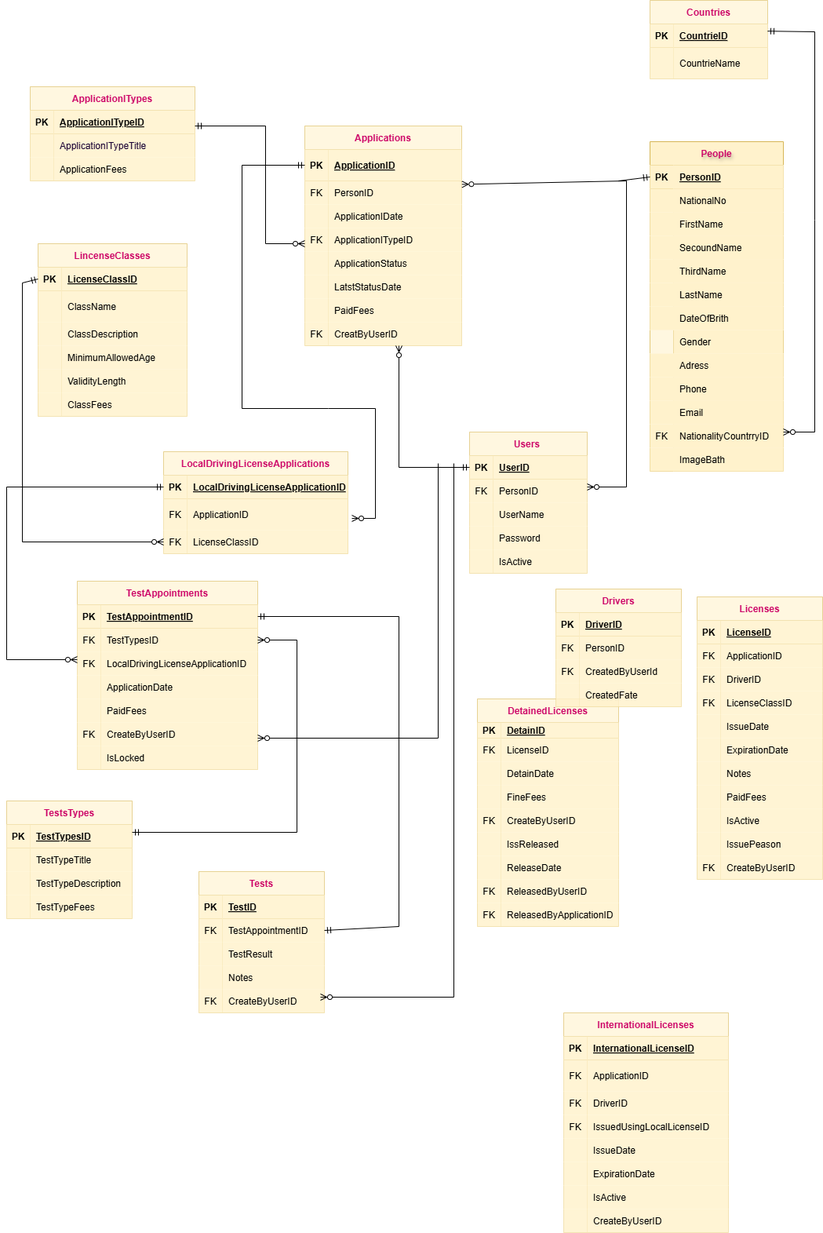
azizadiab/Driving-License-Department keeps this draw.io diagram as Untitled Diagram.drawio.png. Above is the earlier version. Source tidied: cells renumbered, new cells last; positions are measured from the earlier drawing's top-left corner, leaving out a move shared by most shapes.
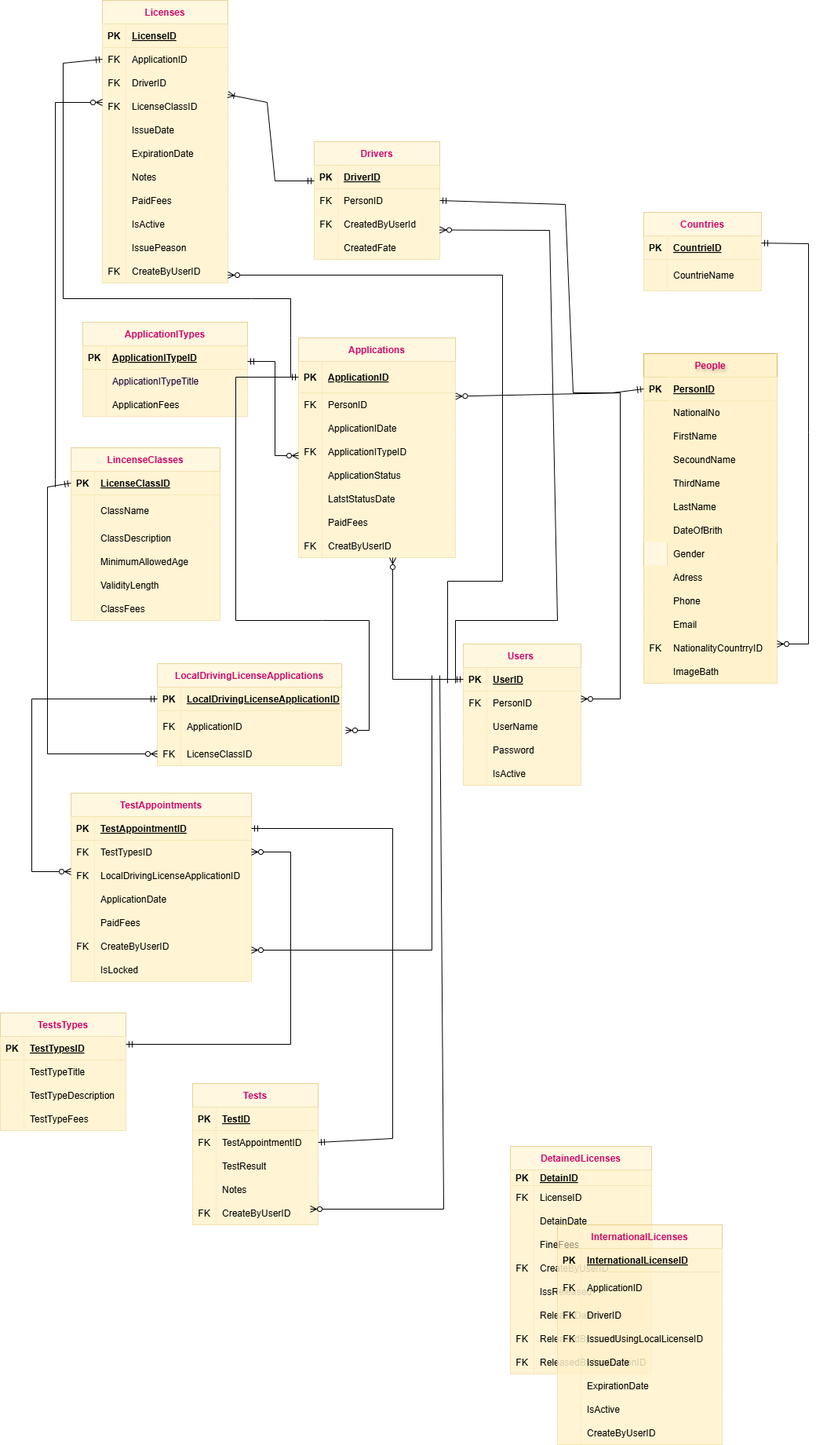
After the change.

Change to the diagram source:
```diff
@@ -246,7 +246,7 @@
       <mxGeometry x="30" width="120" height="30" as="geometry" />
     </mxCell>
     <mxCell id="83" value="ApplicationITypes" style="shape=table;startSize=30;rowLines=0;fontStyle=1;align=center;opacity=60;fillColor=#fff2cc;strokeColor=#d6b656;fontColor=#CC0066;" parent="1" vertex="1">
-      <mxGeometry x="30" y="110" width="210" height="120" as="geometry" />
+      <mxGeometry x="105" y="140" width="210" height="120" as="geometry" />
     </mxCell>
     <mxCell id="84" style="shape=partialRectangle;fillColor=#fff2cc;points=[[0,0.5],[1,0.5]];portConstraint=eastwest;top=0;left=0;right=0;bottom=1;opacity=60;strokeColor=#d6b656;" parent="83" vertex="1">
       <mxGeometry y="30" width="210" height="30" as="geometry" />
@@ -381,7 +381,7 @@
       <mxGeometry x="30" width="200" height="30" as="geometry" />
     </mxCell>
     <mxCell id="128" value="DetainedLicenses" style="shape=table;startSize=30;rowLines=0;fontStyle=1;align=center;opacity=60;fillColor=#fff2cc;strokeColor=#d6b656;fontColor=#CC0066;" parent="1" vertex="1">
-      <mxGeometry x="600" y="890" width="180" height="290" as="geometry" />
+      <mxGeometry x="650" y="1190" width="180" height="290" as="geometry" />
     </mxCell>
     <mxCell id="129" style="shape=partialRectangle;fillColor=#fff2cc;top=0;left=0;right=0;bottom=1;opacity=60;strokeColor=#d6b656;" parent="128" vertex="1">
       <mxGeometry y="30" width="180" height="20" as="geometry" />
@@ -465,7 +465,7 @@
       <mxGeometry x="30" width="150" height="30" as="geometry" />
     </mxCell>
     <mxCell id="156" value="LincenseClasses" style="shape=table;startSize=30;rowLines=0;fontStyle=1;align=center;opacity=60;fillColor=#fff2cc;strokeColor=#d6b656;fontColor=#CC0066;" parent="1" vertex="1">
-      <mxGeometry x="40" y="310" width="190" height="220" as="geometry" />
+      <mxGeometry x="90" y="300" width="190" height="220" as="geometry" />
     </mxCell>
     <mxCell id="157" style="shape=partialRectangle;fillColor=#fff2cc;points=[[0,0.5],[1,0.5]];portConstraint=eastwest;top=0;left=0;right=0;bottom=1;opacity=60;strokeColor=#d6b656;" parent="156" vertex="1">
       <mxGeometry y="30" width="190" height="30" as="geometry" />
@@ -522,7 +522,7 @@
       <mxGeometry x="30" width="160" height="30" as="geometry" />
     </mxCell>
     <mxCell id="175" value="Drivers" style="shape=table;startSize=30;rowLines=0;fontStyle=1;align=center;opacity=60;fillColor=#fff2cc;strokeColor=#d6b656;fontColor=#CC0066;" parent="1" vertex="1">
-      <mxGeometry x="700" y="750" width="160" height="150" as="geometry" />
+      <mxGeometry x="400" y="-90" width="160" height="150" as="geometry" />
     </mxCell>
     <mxCell id="176" style="shape=partialRectangle;fillColor=#fff2cc;top=0;left=0;right=0;bottom=1;opacity=60;strokeColor=#d6b656;" parent="175" vertex="1">
       <mxGeometry y="30" width="160" height="30" as="geometry" />
@@ -561,7 +561,7 @@
       <mxGeometry x="30" width="130" height="30" as="geometry" />
     </mxCell>
     <mxCell id="188" value="Licenses" style="shape=table;startSize=30;rowLines=0;fontStyle=1;align=center;opacity=60;fillColor=#fff2cc;strokeColor=#d6b656;fontColor=#CC0066;" parent="1" vertex="1">
-      <mxGeometry x="880" y="760" width="160" height="360" as="geometry" />
+      <mxGeometry x="130" y="-270" width="160" height="360" as="geometry" />
     </mxCell>
     <mxCell id="189" style="shape=partialRectangle;fillColor=#fff2cc;top=0;left=0;right=0;bottom=1;opacity=60;strokeColor=#d6b656;" parent="188" vertex="1">
       <mxGeometry y="30" width="160" height="30" as="geometry" />
@@ -866,8 +866,8 @@
       <mxGeometry relative="1" as="geometry">
         <mxPoint x="380" y="310" as="targetPoint" />
         <Array as="points">
-          <mxPoint x="330" y="160" />
-          <mxPoint x="330" y="310" />
+          <mxPoint x="350" y="190" />
+          <mxPoint x="350" y="310" />
         </Array>
       </mxGeometry>
     </mxCell>
@@ -882,8 +882,8 @@
     <mxCell id="285" style="endArrow=ERzeroToMany;html=1;rounded=0;exitX=0;exitY=0.5;exitDx=0;exitDy=0;entryX=0;entryY=0.5;entryDx=0;entryDy=0;startArrow=ERmandOne;startFill=0;endFill=0;" parent="1" edge="1" source="157" target="229">
       <mxGeometry relative="1" as="geometry">
         <Array as="points">
-          <mxPoint x="20" y="360" />
-          <mxPoint x="20" y="690" />
+          <mxPoint x="60" y="350" />
+          <mxPoint x="60" y="690" />
         </Array>
       </mxGeometry>
     </mxCell>
@@ -903,8 +903,8 @@
       <mxGeometry relative="1" as="geometry">
         <mxPoint x="90" y="840" as="targetPoint" />
         <Array as="points">
-          <mxPoint y="620" />
-          <mxPoint y="840" />
+          <mxPoint x="40" y="620" />
+          <mxPoint x="40" y="840" />
         </Array>
       </mxGeometry>
     </mxCell>
@@ -936,12 +936,72 @@
     </mxCell>
     <mxCell id="291" style="endArrow=none;html=1;rounded=0;startArrow=ERzeroToMany;startFill=0;" parent="1" edge="1">
       <mxGeometry relative="1" as="geometry">
-        <mxPoint x="400" y="1270" as="sourcePoint" />
-        <mxPoint x="570" y="590" as="targetPoint" />
+        <mxPoint x="395" y="1270" as="sourcePoint" />
+        <mxPoint x="560" y="590" as="targetPoint" />
         <Array as="points">
-          <mxPoint x="570" y="1270" />
+          <mxPoint x="565" y="1270" />
         </Array>
       </mxGeometry>
     </mxCell>
+    <mxCell id="292" style="endArrow=ERmandOne;html=1;rounded=0;exitX=1;exitY=1;exitDx=0;exitDy=0;exitPerimeter=0;endFill=0;startArrow=ERoneToMany;startFill=0;" parent="1" edge="1" source="195">
+      <mxGeometry relative="1" as="geometry">
+        <mxPoint x="400" y="-40" as="targetPoint" />
+        <Array as="points">
+          <mxPoint x="340" y="-140" />
+          <mxPoint x="350" y="-40" />
+        </Array>
+      </mxGeometry>
+    </mxCell>
+    <mxCell id="293" style="endArrow=none;html=1;rounded=0;exitX=1;exitY=0.5;exitDx=0;exitDy=0;startArrow=ERmandOne;startFill=0;" parent="1" edge="1" source="175">
+      <mxGeometry relative="1" as="geometry">
+        <mxPoint x="790" y="230" as="targetPoint" />
+        <Array as="points">
+          <mxPoint x="720" y="-10" />
+          <mxPoint x="730" y="230" />
+        </Array>
+      </mxGeometry>
+    </mxCell>
+    <mxCell id="294" style="endArrow=none;html=1;rounded=0;exitX=1;exitY=0.75;exitDx=0;exitDy=0;startArrow=ERzeroToMany;startFill=0;" parent="1" edge="1" source="175">
+      <mxGeometry relative="1" as="geometry">
+        <mxPoint x="580" y="600" as="targetPoint" />
+        <Array as="points">
+          <mxPoint x="700" y="23" />
+          <mxPoint x="710" y="520" />
+          <mxPoint x="580" y="520" />
+        </Array>
+      </mxGeometry>
+    </mxCell>
+    <mxCell id="295" style="endArrow=ERmandOne;html=1;rounded=0;entryX=0;entryY=0.5;entryDx=0;entryDy=0;endFill=0;" parent="1" edge="1" target="192">
+      <mxGeometry relative="1" as="geometry">
+        <mxPoint x="370" y="210" as="sourcePoint" />
+        <Array as="points">
+          <mxPoint x="370" y="160" />
+          <mxPoint x="370" y="110" />
+          <mxPoint x="320" y="110" />
+          <mxPoint x="80" y="110" />
+          <mxPoint x="80" y="-190" />
+        </Array>
+      </mxGeometry>
+    </mxCell>
+    <mxCell id="296" style="endArrow=ERzeroToMany;html=1;rounded=0;endFill=0;" parent="1" edge="1">
+      <mxGeometry relative="1" as="geometry">
+        <mxPoint x="70" y="350" as="sourcePoint" />
+        <mxPoint x="130" y="-140" as="targetPoint" />
+        <Array as="points">
+          <mxPoint x="70" y="340" />
+          <mxPoint x="70" y="-140" />
+        </Array>
+      </mxGeometry>
+    </mxCell>
+    <mxCell id="297" style="endArrow=none;html=1;rounded=0;exitX=1;exitY=0.667;exitDx=0;exitDy=0;exitPerimeter=0;startArrow=ERzeroToMany;startFill=0;" parent="1" edge="1" source="219">
+      <mxGeometry relative="1" as="geometry">
+        <mxPoint x="570" y="600" as="targetPoint" />
+        <Array as="points">
+          <mxPoint x="640" y="80" />
+          <mxPoint x="640" y="470" />
+          <mxPoint x="570" y="470" />
+        </Array>
+      </mxGeometry>
+    </mxCell>
   </root>
 </mxGraphModel>
```
